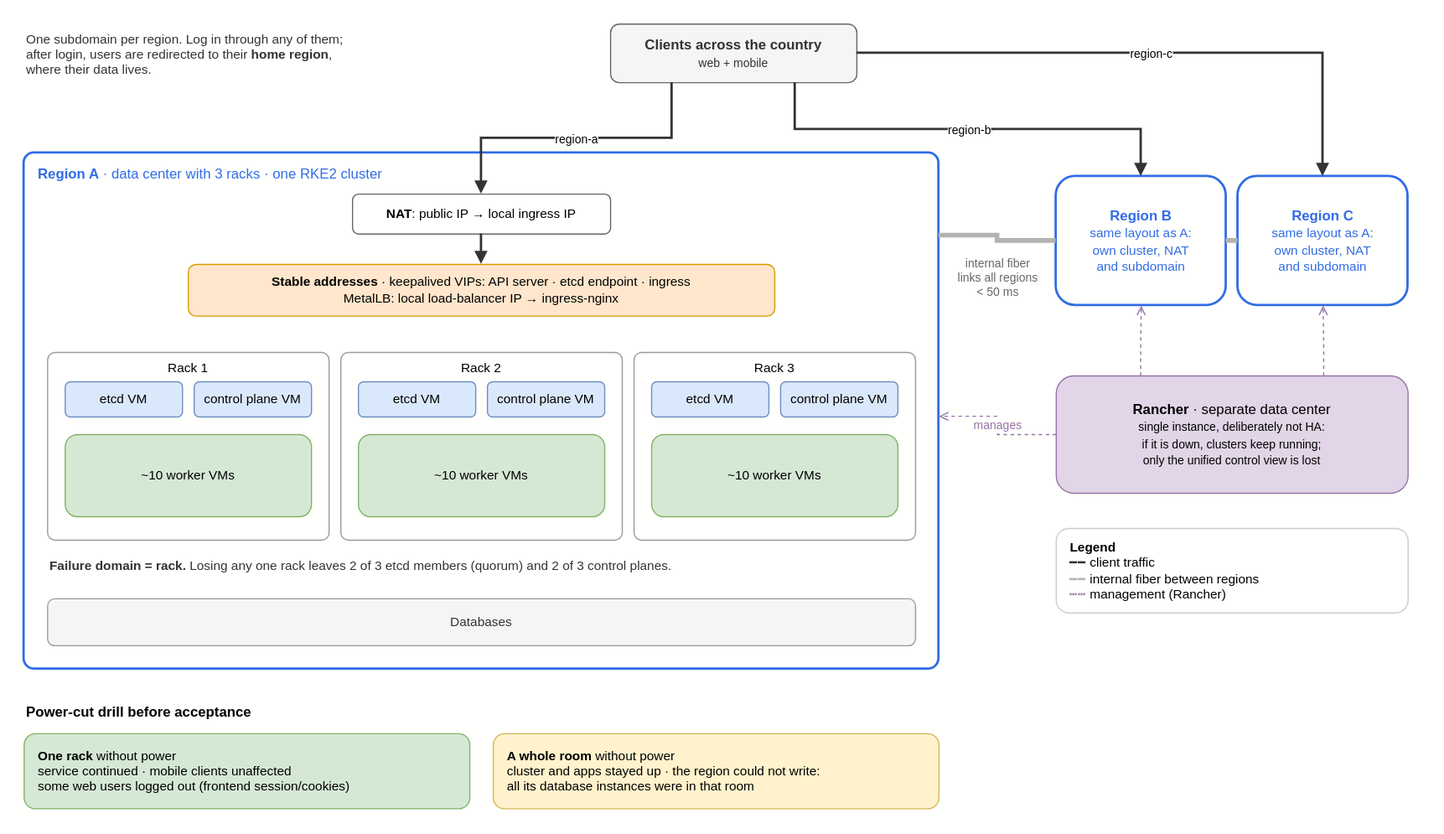
The draw.io diagram field-notes/01-ha-kubernetes-three-regions/architecture.drawio.svg in vikriusman/curated, before a commit. Source tidied: cells renumbered, new cells last; positions are measured from the earlier drawing's top-left corner, leaving out a move shared by most shapes.
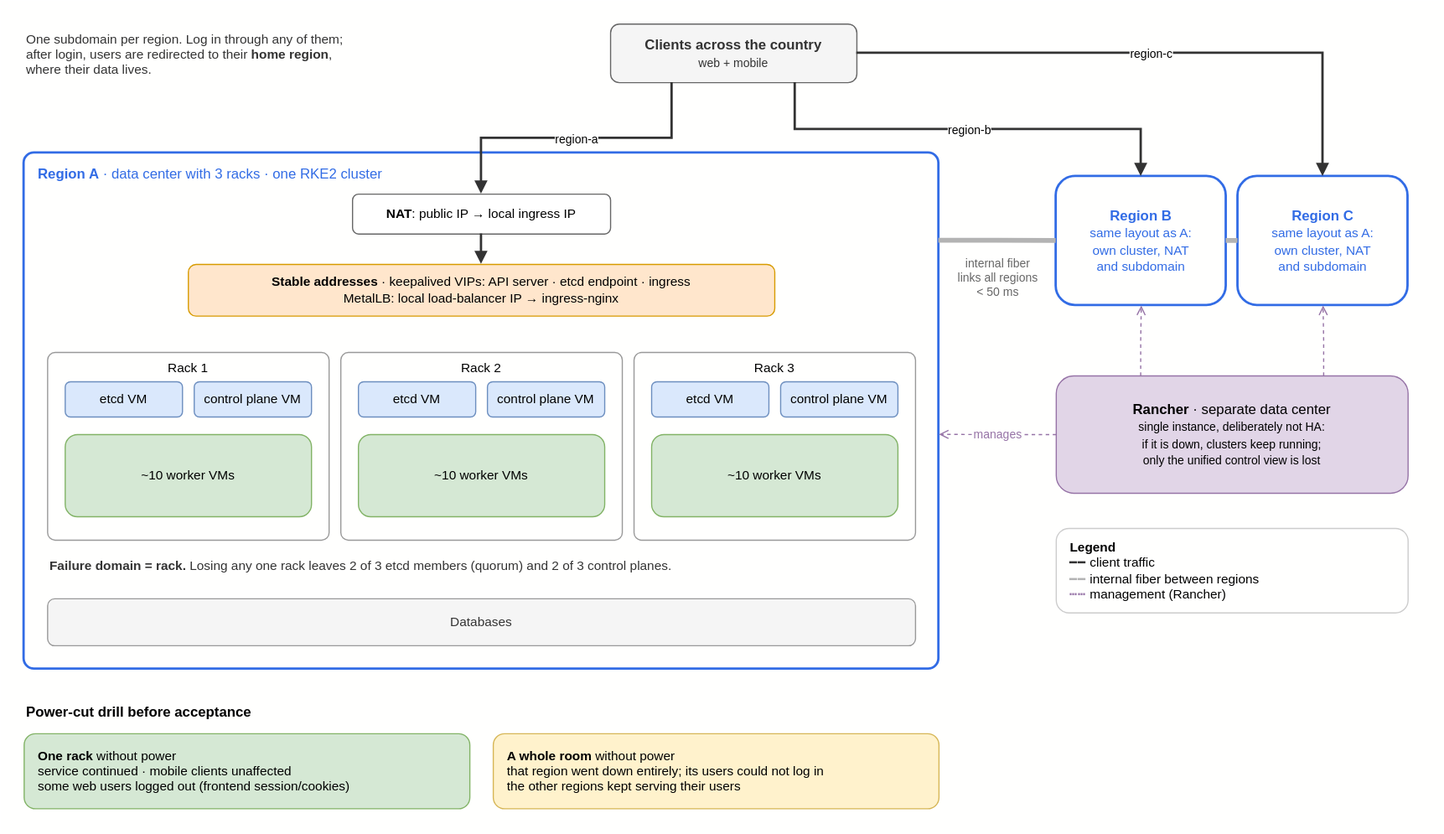
Later version of the same file.

Commit message:
Field note 01: correct the room-level power cut outcome

The room held the whole region, so cutting its power took the region down
entirely (cluster, applications and databases) and its users could not log
in, while the other two regions kept serving theirs. The previous text said
the cluster and apps stayed up and blamed database placement; that was a
misreading of the drill. Conclusion, diagram panel and the cross-region
section now say what actually happened; the lesson built on the misreading
is removed.

The edit, as a diff of the source:
```diff
@@ -83,7 +83,7 @@
     <mxCell id="28" value="region-c" style="edgeStyle=orthogonalEdgeStyle;rounded=0;html=1;labelBackgroundColor=#fffffe;strokeWidth=2;strokeColor=#333333;fontSize=10;endArrow=block;endFill=1;exitX=1;exitY=0.5;exitDx=0;exitDy=0;" parent="1" edge="1" source="3" target="23">
       <mxGeometry relative="1" as="geometry" />
     </mxCell>
-    <mxCell id="29" style="edgeStyle=orthogonalEdgeStyle;rounded=0;html=1;labelBackgroundColor=#fffffe;strokeWidth=4;strokeColor=#b3b3b3;fontColor=#666666;fontSize=10;endArrow=none;exitX=1;exitY=0.16;exitDx=0;exitDy=0;entryX=0;entryY=0.5;entryDx=0;entryDy=0;" parent="1" edge="1" source="5" target="22">
+    <mxCell id="29" style="edgeStyle=orthogonalEdgeStyle;rounded=0;html=1;labelBackgroundColor=#fffffe;strokeWidth=4;strokeColor=#b3b3b3;fontColor=#666666;fontSize=10;endArrow=none;exitX=1;exitY=0.17;exitDx=0;exitDy=0;entryX=0;entryY=0.5;entryDx=0;entryDy=0;" parent="1" edge="1" source="5" target="22">
       <mxGeometry relative="1" as="geometry">
         <mxPoint y="-12" as="offset" />
       </mxGeometry>
@@ -91,7 +91,7 @@
     <mxCell id="30" style="edgeStyle=orthogonalEdgeStyle;rounded=0;html=1;strokeWidth=4;strokeColor=#b3b3b3;endArrow=none;" parent="1" edge="1" source="22" target="23">
       <mxGeometry relative="1" as="geometry" />
     </mxCell>
-    <mxCell id="31" value="manages" style="edgeStyle=orthogonalEdgeStyle;rounded=0;html=1;labelBackgroundColor=#fffffe;dashed=1;strokeColor=#9673a6;fontColor=#9673a6;fontSize=10;endArrow=open;exitX=0;exitY=0.5;exitDx=0;exitDy=0;entryX=1;entryY=0.51;entryDx=0;entryDy=0;" parent="1" edge="1" source="24" target="5">
+    <mxCell id="31" value="manages" style="edgeStyle=orthogonalEdgeStyle;rounded=0;html=1;labelBackgroundColor=#fffffe;dashed=1;strokeColor=#9673a6;fontColor=#9673a6;fontSize=10;endArrow=open;exitX=0;exitY=0.5;exitDx=0;exitDy=0;entryX=1;entryY=0.545;entryDx=0;entryDy=0;" parent="1" edge="1" source="24" target="5">
       <mxGeometry relative="1" as="geometry" />
     </mxCell>
     <mxCell id="32" style="edgeStyle=orthogonalEdgeStyle;rounded=0;html=1;dashed=1;strokeColor=#9673a6;endArrow=open;exitX=0.24;exitY=0;exitDx=0;exitDy=0;" parent="1" edge="1" source="24" target="22">
@@ -109,7 +109,7 @@
     <mxCell id="36" value="&lt;b&gt;One rack&lt;/b&gt; without power&lt;br&gt;service continued · mobile clients unaffected&lt;br&gt;some web users logged out (frontend session/cookies)" style="rounded=1;whiteSpace=wrap;html=1;align=left;spacingLeft=10;fillColor=#d5e8d4;strokeColor=#82b366;fontSize=11;" parent="1" vertex="1">
       <mxGeometry x="20" y="625" width="380" height="64" as="geometry" />
     </mxCell>
-    <mxCell id="37" value="&lt;b&gt;A whole room&lt;/b&gt; without power&lt;br&gt;cluster and apps stayed up · the region could not write:&lt;br&gt;all its database instances were in that room" style="rounded=1;whiteSpace=wrap;html=1;align=left;spacingLeft=10;fillColor=#fff2cc;strokeColor=#d6b656;fontSize=11;" parent="1" vertex="1">
+    <mxCell id="37" value="&lt;b&gt;A whole room&lt;/b&gt; without power&lt;br&gt;that region went down entirely; its users could not log in&lt;br&gt;the other regions kept serving their users" style="rounded=1;whiteSpace=wrap;html=1;align=left;spacingLeft=10;fillColor=#fff2cc;strokeColor=#d6b656;fontSize=11;" parent="1" vertex="1">
       <mxGeometry x="420" y="625" width="380" height="64" as="geometry" />
     </mxCell>
     <mxCell id="38" value="&lt;b&gt;Legend&lt;/b&gt;&lt;br&gt;&lt;font color=&quot;#333333&quot;&gt;━━&lt;/font&gt; client traffic&lt;br&gt;&lt;font color=&quot;#b3b3b3&quot;&gt;━━&lt;/font&gt; internal fiber between regions&lt;br&gt;&lt;font color=&quot;#9673a6&quot;&gt;┅┅&lt;/font&gt; management (Rancher)" style="rounded=1;whiteSpace=wrap;html=1;align=left;spacingLeft=10;fillColor=#fffffe;strokeColor=#cccccc;fontSize=11;" parent="1" vertex="1">
```
